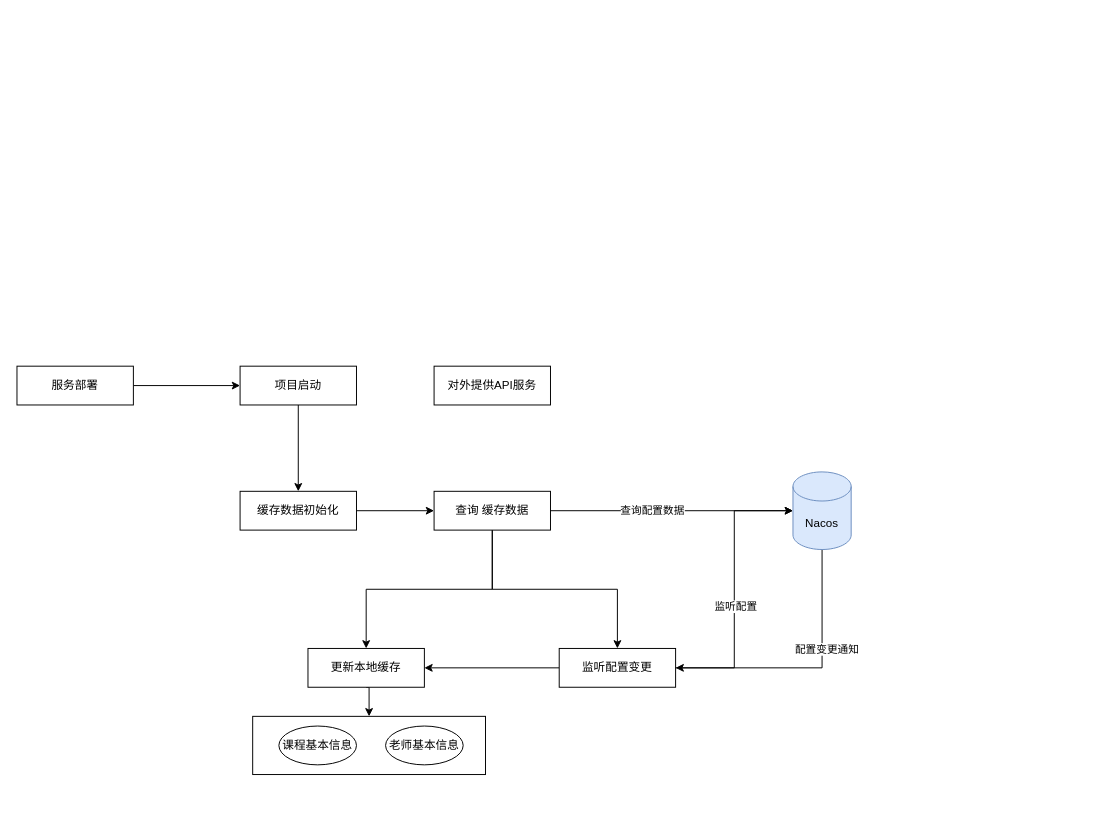
This is xiwang/续报中心-接口缓存方案.drawio from LanSeTianYe/draw, a draw.io file, before an edit. Source tidied: cells renumbered, new cells numbered last; positions are measured from the earlier drawing's top-left corner, leaving out a move shared by most shapes. Both pictures are drawn from the tidied source at 97%, with x=0, y=0 at pixel (16, 366).
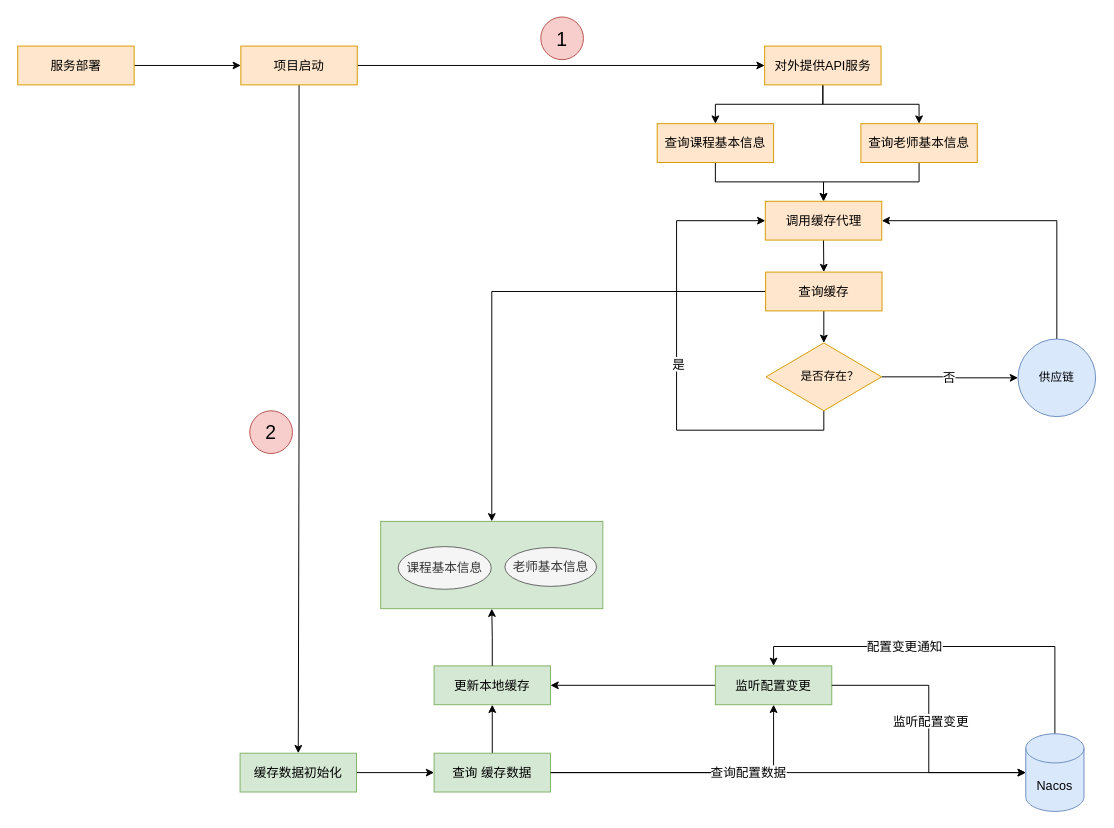
Above is the later version.

Commit message:
更新续报中心-接口缓存方案.drawio

What changed in the source:
```diff
@@
-    <mxCell id="2" style="rounded=0;whiteSpace=wrap;html=1;" parent="1" vertex="1">
-      <mxGeometry x="243" y="361" width="240" height="60" as="geometry" />
+    <mxCell id="2" style="rounded=0;whiteSpace=wrap;html=1;fontSize=13;fillColor=#d5e8d4;strokeColor=#82b366;" parent="1" vertex="1">
+      <mxGeometry x="375" y="160" width="229" height="90" as="geometry" />
     </mxCell>
-    <mxCell id="3" style="edgeStyle=orthogonalEdgeStyle;rounded=0;jettySize=auto;html=1;exitX=1;exitY=0.5;exitDx=0;exitDy=0;" parent="1" edge="1" source="4" target="6">
+    <mxCell id="3" style="edgeStyle=orthogonalEdgeStyle;rounded=0;jettySize=auto;html=1;exitX=1;exitY=0.5;exitDx=0;exitDy=0;fontSize=13;" parent="1" edge="1" source="4" target="6">
       <mxGeometry relative="1" as="geometry" />
     </mxCell>
-    <mxCell id="4" value="服务部署" style="rounded=0;whiteSpace=wrap;html=1;" parent="1" vertex="1">
-      <mxGeometry width="120" height="40" as="geometry" />
+    <mxCell id="4" value="服务部署" style="rounded=0;whiteSpace=wrap;html=1;fontSize=13;fillColor=#ffe6cc;strokeColor=#d79b00;" parent="1" vertex="1">
+      <mxGeometry x="0.8" y="-330" width="120" height="40" as="geometry" />
     </mxCell>
-    <mxCell id="5" style="edgeStyle=orthogonalEdgeStyle;rounded=0;jettySize=auto;html=1;exitX=0.5;exitY=1;exitDx=0;exitDy=0;" parent="1" edge="1" source="6" target="8">
+    <mxCell id="5" style="edgeStyle=orthogonalEdgeStyle;rounded=0;jettySize=auto;html=1;exitX=0.5;exitY=1;exitDx=0;exitDy=0;fontSize=13;" parent="1" edge="1" source="6" target="8">
       <mxGeometry relative="1" as="geometry" />
     </mxCell>
+    <mxCell id="26" style="edgeStyle=orthogonalEdgeStyle;rounded=0;jettySize=auto;html=1;exitX=1;exitY=0.5;exitDx=0;exitDy=0;entryX=0;entryY=0.5;entryDx=0;entryDy=0;fontSize=13;" parent="1" edge="1" source="6" target="20">
+      <mxGeometry relative="1" as="geometry" />
+    </mxCell>
-    <mxCell id="6" value="项目启动" style="rounded=0;whiteSpace=wrap;html=1;" parent="1" vertex="1">
-      <mxGeometry x="230" width="120" height="40" as="geometry" />
+    <mxCell id="6" value="项目启动" style="rounded=0;whiteSpace=wrap;html=1;fontSize=13;fillColor=#ffe6cc;strokeColor=#d79b00;" parent="1" vertex="1">
+      <mxGeometry x="230.8" y="-330" width="120" height="40" as="geometry" />
     </mxCell>
-    <mxCell id="7" style="rounded=0;jettySize=auto;html=1;exitX=1;exitY=0.5;exitDx=0;exitDy=0;entryX=0;entryY=0.5;entryDx=0;entryDy=0;" parent="1" edge="1" source="8" target="11">
+    <mxCell id="7" style="rounded=0;jettySize=auto;html=1;exitX=1;exitY=0.5;exitDx=0;exitDy=0;entryX=0;entryY=0.5;entryDx=0;entryDy=0;fontSize=13;" parent="1" edge="1" source="8" target="11">
       <mxGeometry relative="1" as="geometry" />
     </mxCell>
-    <mxCell id="8" value="缓存数据初始化" style="rounded=0;whiteSpace=wrap;html=1;" parent="1" vertex="1">
-      <mxGeometry x="230" y="129" width="120" height="40" as="geometry" />
+    <mxCell id="8" value="缓存数据初始化" style="rounded=0;whiteSpace=wrap;html=1;fontSize=13;fillColor=#d5e8d4;strokeColor=#82b366;" parent="1" vertex="1">
+      <mxGeometry x="230" y="399" width="120" height="40" as="geometry" />
     </mxCell>
-    <mxCell id="9" style="edgeStyle=orthogonalEdgeStyle;rounded=0;jettySize=auto;html=1;exitX=0.5;exitY=1;exitDx=0;exitDy=0;" parent="1" edge="1" source="11" target="16">
+    <mxCell id="9" style="edgeStyle=orthogonalEdgeStyle;rounded=0;jettySize=auto;html=1;exitX=0.5;exitY=0;exitDx=0;exitDy=0;fontSize=13;" parent="1" edge="1" source="11" target="16">
       <mxGeometry relative="1" as="geometry" />
     </mxCell>
-    <mxCell id="10" style="edgeStyle=orthogonalEdgeStyle;rounded=0;jettySize=auto;html=1;exitX=0.5;exitY=1;exitDx=0;exitDy=0;" parent="1" edge="1" source="11" target="23">
+    <mxCell id="10" style="edgeStyle=orthogonalEdgeStyle;rounded=0;jettySize=auto;html=1;exitX=1;exitY=0.5;exitDx=0;exitDy=0;entryX=0.5;entryY=1;entryDx=0;entryDy=0;fontSize=13;" parent="1" edge="1" source="11" target="23">
       <mxGeometry relative="1" as="geometry" />
     </mxCell>
-    <mxCell id="11" value="查询 缓存数据" style="rounded=0;whiteSpace=wrap;html=1;" parent="1" vertex="1">
-      <mxGeometry x="430" y="129" width="120" height="40" as="geometry" />
+    <mxCell id="11" value="查询 缓存数据" style="rounded=0;whiteSpace=wrap;html=1;fontSize=13;fillColor=#d5e8d4;strokeColor=#82b366;" parent="1" vertex="1">
+      <mxGeometry x="430" y="399" width="120" height="40" as="geometry" />
     </mxCell>
-    <mxCell id="12" style="edgeStyle=orthogonalEdgeStyle;rounded=0;jettySize=auto;html=1;exitX=0.5;exitY=1;exitDx=0;exitDy=0;exitPerimeter=0;entryX=1;entryY=0.5;entryDx=0;entryDy=0;" parent="1" edge="1" source="14" target="23">
+    <mxCell id="12" style="edgeStyle=orthogonalEdgeStyle;rounded=0;jettySize=auto;html=1;exitX=0.5;exitY=0;exitDx=0;exitDy=0;exitPerimeter=0;entryX=0.5;entryY=0;entryDx=0;entryDy=0;" parent="1" edge="1" source="14" target="23">
       <mxGeometry relative="1" as="geometry" />
     </mxCell>
-    <mxCell id="13" value="配置变更通知" style="edgeLabel;html=1;align=center;verticalAlign=middle;" parent="12" vertex="1">
-      <mxGeometry x="-0.25" y="4" relative="1" as="geometry" />
+    <mxCell id="13" value="配置变更通知" style="edgeLabel;html=1;align=center;verticalAlign=middle;fontSize=13;" parent="12" vertex="1">
+      <mxGeometry x="0.23" y="-1" relative="1" as="geometry" />
     </mxCell>
-    <mxCell id="14" value="Nacos" style="shape=cylinder3;whiteSpace=wrap;html=1;boundedLbl=1;backgroundOutline=1;size=15;fillColor=#dae8fc;strokeColor=#6c8ebf;" parent="1" vertex="1">
-      <mxGeometry x="800" y="109" width="60" height="80" as="geometry" />
+    <mxCell id="14" value="Nacos" style="shape=cylinder3;whiteSpace=wrap;html=1;boundedLbl=1;backgroundOutline=1;size=15;fillColor=#dae8fc;strokeColor=#6c8ebf;fontSize=13;" parent="1" vertex="1">
+      <mxGeometry x="1040" y="379" width="60" height="80" as="geometry" />
     </mxCell>
-    <mxCell id="15" style="edgeStyle=orthogonalEdgeStyle;rounded=0;jettySize=auto;html=1;exitX=0.5;exitY=1;exitDx=0;exitDy=0;entryX=0.5;entryY=0;entryDx=0;entryDy=0;" parent="1" edge="1" source="16" target="2">
-      <mxGeometry relative="1" as="geometry" />
-    </mxCell>
-    <mxCell id="16" value="更新本地缓存" style="rounded=0;whiteSpace=wrap;html=1;" parent="1" vertex="1">
-      <mxGeometry x="300" y="291" width="120" height="40" as="geometry" />
+    <mxCell id="16" value="更新本地缓存" style="rounded=0;whiteSpace=wrap;html=1;fontSize=13;fillColor=#d5e8d4;strokeColor=#82b366;" parent="1" vertex="1">
+      <mxGeometry x="430" y="309" width="120" height="40" as="geometry" />
     </mxCell>
-    <mxCell id="17" style="edgeStyle=orthogonalEdgeStyle;rounded=0;jettySize=auto;html=1;exitX=1;exitY=0.5;exitDx=0;exitDy=0;entryX=0;entryY=0.5;entryDx=0;entryDy=0;entryPerimeter=0;" parent="1" edge="1" source="11" target="14">
+    <mxCell id="17" style="edgeStyle=orthogonalEdgeStyle;rounded=0;jettySize=auto;html=1;exitX=1;exitY=0.5;exitDx=0;exitDy=0;entryX=0;entryY=0.5;entryDx=0;entryDy=0;entryPerimeter=0;fontSize=13;" parent="1" edge="1" source="11" target="14">
       <mxGeometry relative="1" as="geometry" />
     </mxCell>
-    <mxCell id="18" value="查询配置数据" style="edgeLabel;html=1;align=center;verticalAlign=middle;" parent="17" vertex="1">
+    <mxCell id="18" value="&lt;font style=&quot;font-size: 13px;&quot;&gt;查询配置数据&lt;/font&gt;" style="edgeLabel;html=1;align=center;verticalAlign=middle;fontSize=13;" parent="17" vertex="1">
       <mxGeometry x="-0.17" y="1" relative="1" as="geometry" />
     </mxCell>
-    <mxCell id="19" value="课程基本信息" style="ellipse;whiteSpace=wrap;html=1;" parent="1" vertex="1">
-      <mxGeometry x="270" y="371" width="80" height="40" as="geometry" />
+    <mxCell id="19" value="课程基本信息" style="ellipse;whiteSpace=wrap;html=1;fontSize=13;fillColor=#f5f5f5;fontColor=#333333;strokeColor=#666666;" parent="1" vertex="1">
+      <mxGeometry x="393" y="186" width="96" height="44" as="geometry" />
     </mxCell>
+    <mxCell id="27" style="edgeStyle=orthogonalEdgeStyle;rounded=0;jettySize=auto;html=1;exitX=0.5;exitY=1;exitDx=0;exitDy=0;entryX=0.5;entryY=0;entryDx=0;entryDy=0;" parent="1" edge="1" source="20" target="31">
+      <mxGeometry relative="1" as="geometry" />
+    </mxCell>
+    <mxCell id="28" style="edgeStyle=orthogonalEdgeStyle;rounded=0;jettySize=auto;html=1;exitX=0.5;exitY=1;exitDx=0;exitDy=0;entryX=0.5;entryY=0;entryDx=0;entryDy=0;" parent="1" edge="1" source="20" target="33">
+      <mxGeometry relative="1" as="geometry" />
+    </mxCell>
-    <mxCell id="20" value="对外提供API服务" style="rounded=0;whiteSpace=wrap;html=1;" parent="1" vertex="1">
-      <mxGeometry x="430" width="120" height="40" as="geometry" />
+    <mxCell id="20" value="对外提供API服务" style="rounded=0;whiteSpace=wrap;html=1;fontSize=13;fillColor=#ffe6cc;strokeColor=#d79b00;" parent="1" vertex="1">
+      <mxGeometry x="770.8" y="-330" width="120" height="40" as="geometry" />
     </mxCell>
-    <mxCell id="21" value="老师基本信息" style="ellipse;whiteSpace=wrap;html=1;" parent="1" vertex="1">
-      <mxGeometry x="380" y="371" width="80" height="40" as="geometry" />
+    <mxCell id="21" value="老师基本信息" style="ellipse;whiteSpace=wrap;html=1;fontSize=13;fillColor=#f5f5f5;strokeColor=#666666;fontColor=#333333;" parent="1" vertex="1">
+      <mxGeometry x="503" y="187" width="94.5" height="40" as="geometry" />
     </mxCell>
@@
-    <mxCell id="23" value="监听配置变更" style="rounded=0;whiteSpace=wrap;html=1;" parent="1" vertex="1">
-      <mxGeometry x="559" y="291" width="120" height="40" as="geometry" />
+    <mxCell id="23" value="监听配置变更" style="rounded=0;whiteSpace=wrap;html=1;fontSize=13;fillColor=#d5e8d4;strokeColor=#82b366;" parent="1" vertex="1">
+      <mxGeometry x="720" y="309" width="120" height="40" as="geometry" />
     </mxCell>
+    <mxCell id="15" style="edgeStyle=orthogonalEdgeStyle;rounded=0;jettySize=auto;html=1;exitX=0.5;exitY=0;exitDx=0;exitDy=0;fontSize=13;entryX=0.5;entryY=1;entryDx=0;entryDy=0;" parent="1" edge="1" source="16" target="2">
+      <mxGeometry relative="1" as="geometry" />
+    </mxCell>
-    <mxCell id="24" style="edgeStyle=orthogonalEdgeStyle;rounded=0;jettySize=auto;html=1;exitX=1;exitY=0.5;exitDx=0;exitDy=0;entryX=0;entryY=0.5;entryDx=0;entryDy=0;entryPerimeter=0;" parent="1" edge="1" source="23" target="14">
+    <mxCell id="24" style="edgeStyle=orthogonalEdgeStyle;rounded=0;jettySize=auto;html=1;exitX=1;exitY=0.5;exitDx=0;exitDy=0;entryX=0;entryY=0.5;entryDx=0;entryDy=0;entryPerimeter=0;fontSize=13;" parent="1" edge="1" source="23" target="14">
       <mxGeometry relative="1" as="geometry" />
     </mxCell>
-    <mxCell id="25" value="监听配置" style="edgeLabel;html=1;align=center;verticalAlign=middle;" parent="24" vertex="1">
-      <mxGeometry x="-0.12" relative="1" as="geometry">
-        <mxPoint x="1" y="1" as="offset" />
-      </mxGeometry>
-    </mxCell>
+    <mxCell id="29" value="&lt;font style=&quot;font-size: 13px;&quot;&gt;监听配置变更&lt;/font&gt;" style="edgeLabel;html=1;align=center;verticalAlign=middle;fontSize=13;" parent="24" vertex="1">
+      <mxGeometry x="-0.06" y="1" relative="1" as="geometry" />
+    </mxCell>
+    <mxCell id="30" style="edgeStyle=orthogonalEdgeStyle;rounded=0;jettySize=auto;html=1;exitX=0.5;exitY=1;exitDx=0;exitDy=0;" parent="1" edge="1" source="31" target="44">
+      <mxGeometry relative="1" as="geometry" />
+    </mxCell>
+    <mxCell id="31" value="查询课程基本信息" style="rounded=0;whiteSpace=wrap;html=1;fontSize=13;fillColor=#ffe6cc;strokeColor=#d79b00;" parent="1" vertex="1">
+      <mxGeometry x="660" y="-250" width="120" height="40" as="geometry" />
+    </mxCell>
+    <mxCell id="32" style="edgeStyle=orthogonalEdgeStyle;rounded=0;jettySize=auto;html=1;exitX=0.5;exitY=1;exitDx=0;exitDy=0;entryX=0.5;entryY=0;entryDx=0;entryDy=0;" parent="1" edge="1" source="33" target="44">
+      <mxGeometry relative="1" as="geometry" />
+    </mxCell>
+    <mxCell id="33" value="查询老师基本信息" style="rounded=0;whiteSpace=wrap;html=1;fontSize=13;fillColor=#ffe6cc;strokeColor=#d79b00;" parent="1" vertex="1">
+      <mxGeometry x="870" y="-250" width="120" height="40" as="geometry" />
+    </mxCell>
+    <mxCell id="34" style="edgeStyle=orthogonalEdgeStyle;rounded=0;jettySize=auto;html=1;exitX=0;exitY=0.5;exitDx=0;exitDy=0;" parent="1" edge="1" source="36" target="2">
+      <mxGeometry relative="1" as="geometry" />
+    </mxCell>
+    <mxCell id="35" style="edgeStyle=orthogonalEdgeStyle;rounded=0;jettySize=auto;html=1;exitX=0.5;exitY=1;exitDx=0;exitDy=0;entryX=0.5;entryY=0;entryDx=0;entryDy=0;" parent="1" edge="1" source="36" target="40">
+      <mxGeometry relative="1" as="geometry" />
+    </mxCell>
+    <mxCell id="36" value="查询缓存" style="rounded=0;whiteSpace=wrap;html=1;fontSize=13;fillColor=#ffe6cc;strokeColor=#d79b00;" parent="1" vertex="1">
+      <mxGeometry x="771.8" y="-97" width="120" height="40" as="geometry" />
+    </mxCell>
+    <mxCell id="37" value="&lt;font style=&quot;font-size: 13px;&quot;&gt;否&lt;/font&gt;" style="edgeStyle=orthogonalEdgeStyle;rounded=0;jettySize=auto;html=1;exitX=1;exitY=0.5;exitDx=0;exitDy=0;entryX=0;entryY=0.5;entryDx=0;entryDy=0;" parent="1" edge="1" source="40" target="42">
+      <mxGeometry relative="1" as="geometry" />
+    </mxCell>
+    <mxCell id="38" style="edgeStyle=orthogonalEdgeStyle;rounded=0;jettySize=auto;html=1;exitX=0.5;exitY=1;exitDx=0;exitDy=0;entryX=0;entryY=0.5;entryDx=0;entryDy=0;" parent="1" edge="1" source="40" target="44">
+      <mxGeometry relative="1" as="geometry">
+        <Array as="points">
+          <mxPoint x="832" y="66" />
+          <mxPoint x="680" y="66" />
+          <mxPoint x="680" y="-150" />
+        </Array>
+      </mxGeometry>
+    </mxCell>
+    <mxCell id="39" value="&lt;font style=&quot;font-size: 13px;&quot;&gt;是&lt;/font&gt;" style="edgeLabel;html=1;align=center;verticalAlign=middle;" parent="38" vertex="1">
+      <mxGeometry y="-1" relative="1" as="geometry" />
+    </mxCell>
+    <mxCell id="40" value="&amp;nbsp; &amp;nbsp; 是否存在？" style="rhombus;whiteSpace=wrap;html=1;fillColor=#ffe6cc;strokeColor=#d79b00;" parent="1" vertex="1">
+      <mxGeometry x="772.2" y="-24" width="119.2" height="70" as="geometry" />
+    </mxCell>
+    <mxCell id="41" style="edgeStyle=orthogonalEdgeStyle;rounded=0;jettySize=auto;html=1;exitX=0.5;exitY=0;exitDx=0;exitDy=0;entryX=1;entryY=0.5;entryDx=0;entryDy=0;" parent="1" edge="1" source="42" target="44">
+      <mxGeometry relative="1" as="geometry" />
+    </mxCell>
+    <mxCell id="42" value="供应链" style="ellipse;whiteSpace=wrap;html=1;fillColor=#dae8fc;strokeColor=#6c8ebf;" parent="1" vertex="1">
+      <mxGeometry x="1032" y="-28" width="80" height="80" as="geometry" />
+    </mxCell>
+    <mxCell id="43" style="edgeStyle=orthogonalEdgeStyle;rounded=0;jettySize=auto;html=1;exitX=0.5;exitY=1;exitDx=0;exitDy=0;entryX=0.5;entryY=0;entryDx=0;entryDy=0;" parent="1" edge="1" source="44" target="36">
+      <mxGeometry relative="1" as="geometry" />
+    </mxCell>
+    <mxCell id="44" value="调用缓存代理" style="rounded=0;whiteSpace=wrap;html=1;fontSize=13;fillColor=#ffe6cc;strokeColor=#d79b00;" parent="1" vertex="1">
+      <mxGeometry x="771.5" y="-170" width="120" height="40" as="geometry" />
+    </mxCell>
+    <mxCell id="45" value="2" style="ellipse;whiteSpace=wrap;html=1;fillColor=#f8cecc;strokeColor=#b85450;fontSize=20;" parent="1" vertex="1">
+      <mxGeometry x="240" y="46" width="44" height="44" as="geometry" />
+    </mxCell>
+    <mxCell id="46" value="1" style="ellipse;whiteSpace=wrap;html=1;fillColor=#f8cecc;strokeColor=#b85450;fontSize=20;" parent="1" vertex="1">
+      <mxGeometry x="540" y="-360" width="44" height="44" as="geometry" />
+    </mxCell>
```
